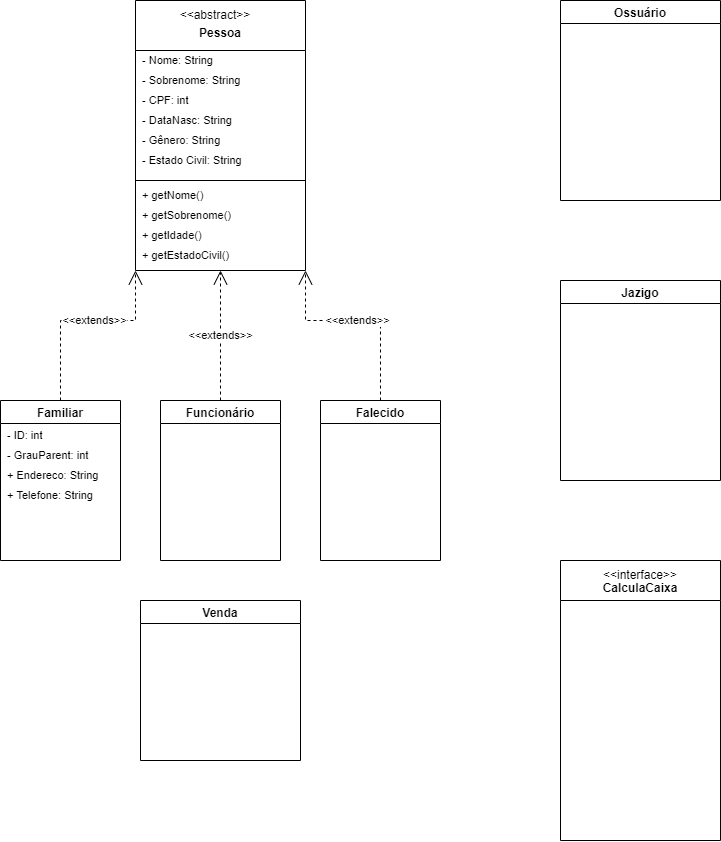
Before: Diagrama_cemiterio.png, a diagram exported from draw.io (cemiterioPOO/Cemiterio). Source tidied: cells renumbered, new cells last; positions are measured from the earlier drawing's top-left corner, leaving out a move shared by most shapes.
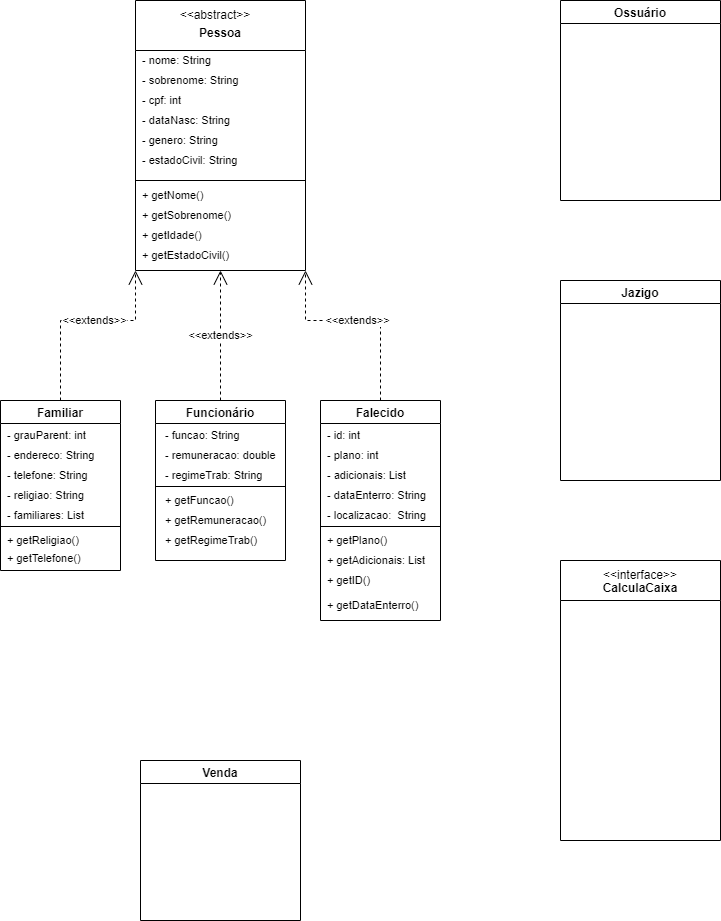
The same file after the commit.

Change to the diagram source:
```diff
@@ -8,19 +8,19 @@
     <mxCell id="3" value="&amp;lt;&amp;lt;abstract&amp;gt;&amp;gt;" style="text;html=1;strokeColor=none;fillColor=none;align=center;verticalAlign=middle;whiteSpace=wrap;rounded=0;" parent="2" vertex="1">
       <mxGeometry x="50" width="60" height="30" as="geometry" />
     </mxCell>
-    <mxCell id="4" value="&lt;font style=&quot;font-size: 11px;&quot;&gt;- Nome: String&lt;/font&gt;" style="text;html=1;strokeColor=none;fillColor=none;align=left;verticalAlign=middle;whiteSpace=wrap;rounded=0;" parent="2" vertex="1">
+    <mxCell id="4" value="&lt;font style=&quot;font-size: 11px;&quot;&gt;- nome: String&lt;/font&gt;" style="text;html=1;strokeColor=none;fillColor=none;align=left;verticalAlign=middle;whiteSpace=wrap;rounded=0;" parent="2" vertex="1">
       <mxGeometry x="5" y="50" width="75" height="20" as="geometry" />
     </mxCell>
-    <mxCell id="5" value="&lt;font style=&quot;font-size: 11px;&quot;&gt;- Sobrenome: String&lt;/font&gt;" style="text;html=1;strokeColor=none;fillColor=none;align=left;verticalAlign=middle;whiteSpace=wrap;rounded=0;" parent="2" vertex="1">
+    <mxCell id="5" value="&lt;font style=&quot;font-size: 11px;&quot;&gt;- sobrenome: String&lt;/font&gt;" style="text;html=1;strokeColor=none;fillColor=none;align=left;verticalAlign=middle;whiteSpace=wrap;rounded=0;" parent="2" vertex="1">
       <mxGeometry x="5" y="70" width="105" height="20" as="geometry" />
     </mxCell>
-    <mxCell id="6" value="&lt;font style=&quot;font-size: 11px;&quot;&gt;- DataNasc: String&lt;/font&gt;" style="text;html=1;strokeColor=none;fillColor=none;align=left;verticalAlign=middle;whiteSpace=wrap;rounded=0;" parent="2" vertex="1">
+    <mxCell id="6" value="&lt;font style=&quot;font-size: 11px;&quot;&gt;- dataNasc: String&lt;/font&gt;" style="text;html=1;strokeColor=none;fillColor=none;align=left;verticalAlign=middle;whiteSpace=wrap;rounded=0;" parent="2" vertex="1">
       <mxGeometry x="5" y="110" width="95" height="20" as="geometry" />
     </mxCell>
-    <mxCell id="7" value="&lt;font style=&quot;font-size: 11px;&quot;&gt;- Gênero: String&lt;/font&gt;" style="text;html=1;strokeColor=none;fillColor=none;align=left;verticalAlign=middle;whiteSpace=wrap;rounded=0;" parent="2" vertex="1">
+    <mxCell id="7" value="&lt;font style=&quot;font-size: 11px;&quot;&gt;- genero: String&lt;/font&gt;" style="text;html=1;strokeColor=none;fillColor=none;align=left;verticalAlign=middle;whiteSpace=wrap;rounded=0;" parent="2" vertex="1">
       <mxGeometry x="5" y="130" width="85" height="20" as="geometry" />
     </mxCell>
-    <mxCell id="8" value="&lt;font style=&quot;font-size: 11px;&quot;&gt;- Estado Civil: String&lt;/font&gt;" style="text;html=1;strokeColor=none;fillColor=none;align=left;verticalAlign=middle;whiteSpace=wrap;rounded=0;" parent="2" vertex="1">
+    <mxCell id="8" value="&lt;font style=&quot;font-size: 11px;&quot;&gt;- estadoCivil: String&lt;/font&gt;" style="text;html=1;strokeColor=none;fillColor=none;align=left;verticalAlign=middle;whiteSpace=wrap;rounded=0;" parent="2" vertex="1">
       <mxGeometry x="5" y="150" width="105" height="20" as="geometry" />
     </mxCell>
     <mxCell id="9" value="&lt;font style=&quot;font-size: 11px;&quot;&gt;+ getNome()&lt;/font&gt;" style="text;html=1;strokeColor=none;fillColor=none;align=left;verticalAlign=middle;whiteSpace=wrap;rounded=0;" parent="2" vertex="1">
@@ -41,38 +41,101 @@
         <mxPoint x="170" y="180" as="targetPoint" />
       </mxGeometry>
     </mxCell>
-    <mxCell id="14" value="- CPF: int" style="text;html=1;strokeColor=none;fillColor=none;align=left;verticalAlign=middle;whiteSpace=wrap;rounded=0;fontSize=11;" parent="2" vertex="1">
+    <mxCell id="14" value="- cpf: int" style="text;html=1;strokeColor=none;fillColor=none;align=left;verticalAlign=middle;whiteSpace=wrap;rounded=0;fontSize=11;" parent="2" vertex="1">
       <mxGeometry x="5" y="90" width="55" height="20" as="geometry" />
     </mxCell>
     <mxCell id="15" value="Jazigo" style="swimlane;" parent="1" vertex="1">
       <mxGeometry x="560" y="280" width="160" height="200" as="geometry" />
     </mxCell>
     <mxCell id="16" value="Familiar" style="swimlane;" parent="1" vertex="1">
-      <mxGeometry y="400" width="120" height="160" as="geometry" />
+      <mxGeometry y="400" width="120" height="170" as="geometry" />
     </mxCell>
-    <mxCell id="17" value="- GrauParent: int" style="text;html=1;strokeColor=none;fillColor=none;align=left;verticalAlign=middle;whiteSpace=wrap;rounded=0;fontSize=11;" parent="16" vertex="1">
-      <mxGeometry x="5" y="40" width="110" height="30" as="geometry" />
+    <mxCell id="17" value="- grauParent: int" style="text;html=1;strokeColor=none;fillColor=none;align=left;verticalAlign=middle;whiteSpace=wrap;rounded=0;fontSize=11;" parent="16" vertex="1">
+      <mxGeometry x="5" y="20" width="110" height="30" as="geometry" />
     </mxCell>
-    <mxCell id="18" value="+ Telefone: String" style="text;html=1;strokeColor=none;fillColor=none;align=left;verticalAlign=middle;whiteSpace=wrap;rounded=0;fontSize=11;" parent="16" vertex="1">
-      <mxGeometry x="5" y="80" width="110" height="30" as="geometry" />
+    <mxCell id="18" value="- telefone: String" style="text;html=1;strokeColor=none;fillColor=none;align=left;verticalAlign=middle;whiteSpace=wrap;rounded=0;fontSize=11;" parent="16" vertex="1">
+      <mxGeometry x="5" y="60" width="110" height="30" as="geometry" />
     </mxCell>
-    <mxCell id="19" value="+ Endereco: String" style="text;html=1;strokeColor=none;fillColor=none;align=left;verticalAlign=middle;whiteSpace=wrap;rounded=0;fontSize=11;" parent="16" vertex="1">
-      <mxGeometry x="5" y="60" width="110" height="30" as="geometry" />
+    <mxCell id="19" value="- endereco: String" style="text;html=1;strokeColor=none;fillColor=none;align=left;verticalAlign=middle;whiteSpace=wrap;rounded=0;fontSize=11;" parent="16" vertex="1">
+      <mxGeometry x="5" y="40" width="110" height="30" as="geometry" />
     </mxCell>
-    <mxCell id="20" value="- ID: int" style="text;html=1;strokeColor=none;fillColor=none;align=left;verticalAlign=middle;whiteSpace=wrap;rounded=0;fontSize=11;" parent="16" vertex="1">
-      <mxGeometry x="5" y="20" width="110" height="30" as="geometry" />
-    </mxCell>
+    <mxCell id="30" value="- religiao: String" style="text;html=1;strokeColor=none;fillColor=none;align=left;verticalAlign=middle;whiteSpace=wrap;rounded=0;fontSize=11;" parent="16" vertex="1">
+      <mxGeometry x="5" y="80" width="110" height="30" as="geometry" />
+    </mxCell>
+    <mxCell id="31" style="line;strokeWidth=1;fillColor=none;align=left;verticalAlign=middle;spacingTop=-1;spacingLeft=3;spacingRight=3;labelPosition=right;fontSize=11;" parent="16" vertex="1">
+      <mxGeometry y="122" width="120" height="8" as="geometry" />
+    </mxCell>
+    <mxCell id="32" value="&lt;span style=&quot;&quot;&gt;- familiares: List&lt;/span&gt;" style="text;html=1;strokeColor=none;fillColor=none;align=left;verticalAlign=middle;whiteSpace=wrap;rounded=0;fontSize=11;" parent="16" vertex="1">
+      <mxGeometry x="5" y="100" width="115" height="30" as="geometry" />
+    </mxCell>
+    <mxCell id="33" value="+ getReligiao()" style="text;html=1;strokeColor=none;fillColor=none;align=left;verticalAlign=middle;whiteSpace=wrap;rounded=0;fontSize=11;" parent="16" vertex="1">
+      <mxGeometry x="5" y="120" width="90" height="40" as="geometry" />
+    </mxCell>
+    <mxCell id="34" value="+ getTelefone()" style="text;html=1;strokeColor=none;fillColor=none;align=left;verticalAlign=middle;whiteSpace=wrap;rounded=0;fontSize=11;" parent="16" vertex="1">
+      <mxGeometry x="5" y="140" width="90" height="35" as="geometry" />
+    </mxCell>
     <mxCell id="21" value="Funcionário" style="swimlane;" parent="1" vertex="1">
-      <mxGeometry x="160" y="400" width="120" height="160" as="geometry" />
+      <mxGeometry x="155" y="400" width="130" height="160" as="geometry" />
     </mxCell>
+    <mxCell id="35" value="- funcao: String" style="text;html=1;strokeColor=none;fillColor=none;align=left;verticalAlign=middle;whiteSpace=wrap;rounded=0;fontSize=11;" parent="21" vertex="1">
+      <mxGeometry x="7.5" y="20" width="95" height="30" as="geometry" />
+    </mxCell>
+    <mxCell id="36" value="- remuneracao: double" style="text;html=1;strokeColor=none;fillColor=none;align=left;verticalAlign=middle;whiteSpace=wrap;rounded=0;fontSize=11;" parent="21" vertex="1">
+      <mxGeometry x="7.5" y="40" width="112.5" height="30" as="geometry" />
+    </mxCell>
+    <mxCell id="37" value="&lt;span style=&quot;&quot;&gt;- regimeTrab: String&lt;/span&gt;" style="text;html=1;strokeColor=none;fillColor=none;align=left;verticalAlign=middle;whiteSpace=wrap;rounded=0;fontSize=11;" parent="21" vertex="1">
+      <mxGeometry x="7.5" y="60" width="120" height="30" as="geometry" />
+    </mxCell>
+    <mxCell id="38" style="line;strokeWidth=1;fillColor=none;align=left;verticalAlign=middle;spacingTop=-1;spacingLeft=3;spacingRight=3;labelPosition=right;fontSize=11;" parent="21" vertex="1">
+      <mxGeometry y="82" width="130" height="8" as="geometry" />
+    </mxCell>
+    <mxCell id="39" value="+ getFuncao()" style="text;html=1;strokeColor=none;fillColor=none;align=left;verticalAlign=middle;whiteSpace=wrap;rounded=0;fontSize=11;" parent="21" vertex="1">
+      <mxGeometry x="7.5" y="80" width="112.5" height="40" as="geometry" />
+    </mxCell>
+    <mxCell id="40" value="+ getRemuneracao()" style="text;html=1;strokeColor=none;fillColor=none;align=left;verticalAlign=middle;whiteSpace=wrap;rounded=0;fontSize=11;" parent="21" vertex="1">
+      <mxGeometry x="7.5" y="100" width="112.5" height="40" as="geometry" />
+    </mxCell>
+    <mxCell id="41" value="+ getRegimeTrab()" style="text;html=1;strokeColor=none;fillColor=none;align=left;verticalAlign=middle;whiteSpace=wrap;rounded=0;fontSize=11;" parent="21" vertex="1">
+      <mxGeometry x="7.5" y="120" width="112.5" height="40" as="geometry" />
+    </mxCell>
     <mxCell id="22" value="Falecido" style="swimlane;" parent="1" vertex="1">
-      <mxGeometry x="320" y="400" width="120" height="160" as="geometry" />
+      <mxGeometry x="320" y="400" width="120" height="220" as="geometry" />
     </mxCell>
+    <mxCell id="42" value="- plano: int" style="text;html=1;strokeColor=none;fillColor=none;align=left;verticalAlign=middle;whiteSpace=wrap;rounded=0;fontSize=11;" parent="22" vertex="1">
+      <mxGeometry x="5" y="40" width="110" height="30" as="geometry" />
+    </mxCell>
+    <mxCell id="43" value="- adicionais: List" style="text;html=1;strokeColor=none;fillColor=none;align=left;verticalAlign=middle;whiteSpace=wrap;rounded=0;fontSize=11;" parent="22" vertex="1">
+      <mxGeometry x="5" y="60" width="110" height="30" as="geometry" />
+    </mxCell>
+    <mxCell id="44" value="- id: int" style="text;html=1;strokeColor=none;fillColor=none;align=left;verticalAlign=middle;whiteSpace=wrap;rounded=0;fontSize=11;" parent="22" vertex="1">
+      <mxGeometry x="5" y="20" width="110" height="30" as="geometry" />
+    </mxCell>
+    <mxCell id="45" value="- dataEnterro: String" style="text;html=1;strokeColor=none;fillColor=none;align=left;verticalAlign=middle;whiteSpace=wrap;rounded=0;fontSize=11;" parent="22" vertex="1">
+      <mxGeometry x="5" y="80" width="139" height="30" as="geometry" />
+    </mxCell>
+    <mxCell id="46" value="- localizacao:&amp;nbsp; String" style="text;html=1;align=left;verticalAlign=middle;strokeColor=none;fillColor=none;fontSize=11;" parent="22" vertex="1">
+      <mxGeometry x="5" y="100" width="120" height="30" as="geometry" />
+    </mxCell>
+    <mxCell id="47" style="line;strokeWidth=1;fillColor=none;align=left;verticalAlign=middle;spacingTop=-1;spacingLeft=3;spacingRight=3;labelPosition=right;fontSize=11;" parent="22" vertex="1">
+      <mxGeometry y="122" width="120" height="8" as="geometry" />
+    </mxCell>
+    <mxCell id="48" value="+ getAdicionais: List" style="text;html=1;strokeColor=none;fillColor=none;align=left;verticalAlign=middle;whiteSpace=wrap;rounded=0;fontSize=11;" parent="22" vertex="1">
+      <mxGeometry x="5" y="140" width="110" height="40" as="geometry" />
+    </mxCell>
+    <mxCell id="49" value="+ getPlano()" style="text;html=1;strokeColor=none;fillColor=none;align=left;verticalAlign=middle;whiteSpace=wrap;rounded=0;fontSize=11;" parent="22" vertex="1">
+      <mxGeometry x="5" y="125" width="110" height="30" as="geometry" />
+    </mxCell>
+    <mxCell id="50" value="+ getID()" style="text;html=1;strokeColor=none;fillColor=none;align=left;verticalAlign=middle;whiteSpace=wrap;rounded=0;fontSize=11;" parent="22" vertex="1">
+      <mxGeometry x="5" y="160" width="105" height="40" as="geometry" />
+    </mxCell>
+    <mxCell id="51" value="+ getDataEnterro()" style="text;html=1;strokeColor=none;fillColor=none;align=left;verticalAlign=middle;whiteSpace=wrap;rounded=0;fontSize=11;" parent="22" vertex="1">
+      <mxGeometry x="5" y="190" width="105" height="30" as="geometry" />
+    </mxCell>
     <mxCell id="23" value="Ossuário" style="swimlane;startSize=23;" parent="1" vertex="1">
       <mxGeometry x="560" width="160" height="200" as="geometry" />
     </mxCell>
     <mxCell id="24" value="Venda" style="swimlane;" parent="1" vertex="1">
-      <mxGeometry x="140" y="600" width="160" height="160" as="geometry" />
+      <mxGeometry x="140" y="760" width="160" height="160" as="geometry" />
     </mxCell>
     <mxCell id="25" value="&#10;CalculaCaixa" style="swimlane;startSize=40;shadow=0;" parent="1" vertex="1">
       <mxGeometry x="560" y="560" width="160" height="280" as="geometry" />
```
